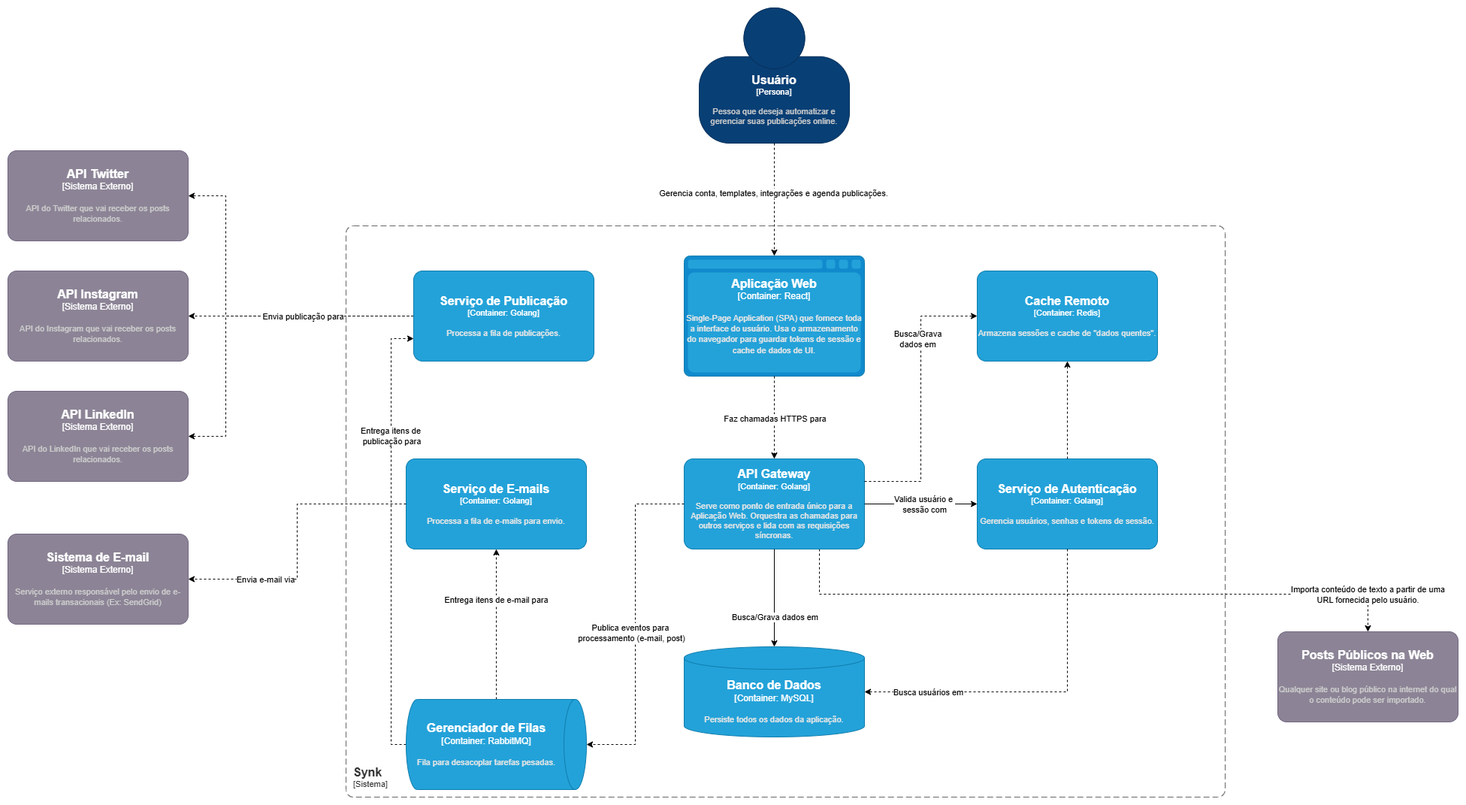
The draw.io diagram assets/c2.png in Synk-App/.github, before a commit. Source tidied: cells renumbered, new cells last; positions are measured from the earlier drawing's top-left corner, leaving out a move shared by most shapes.
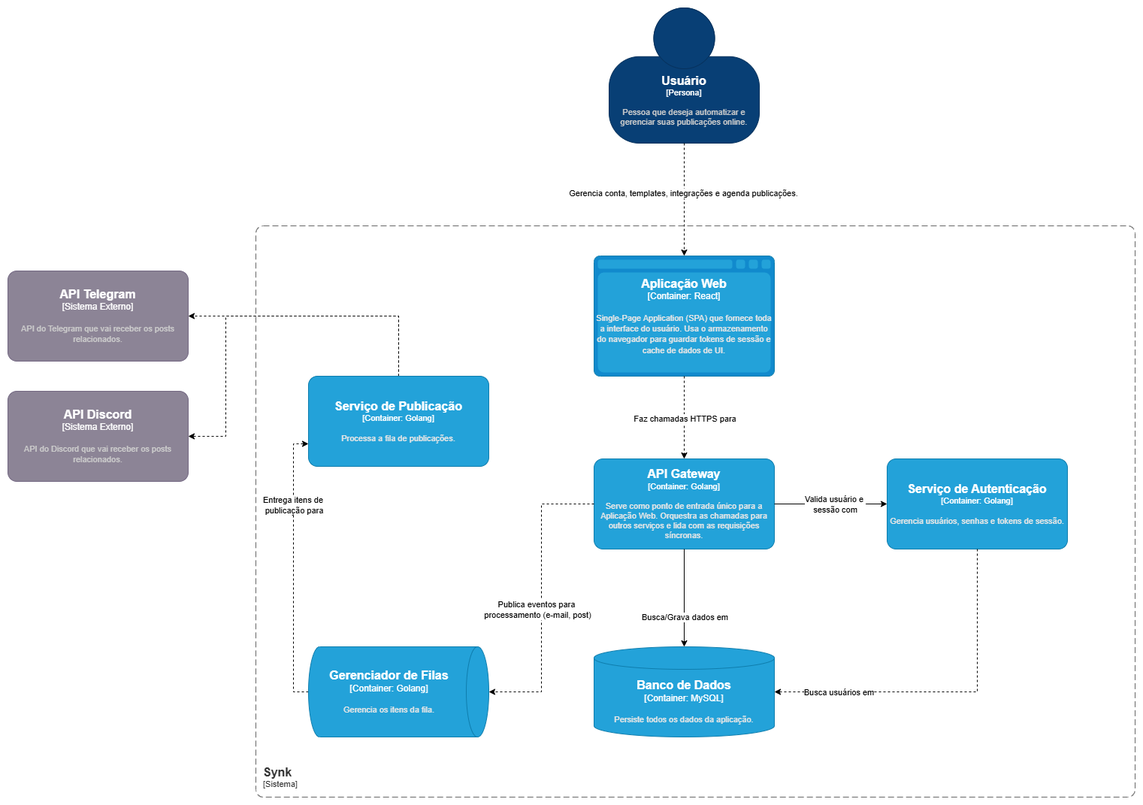
The same diagram one commit later.

What changed in the source:
```diff
@@ -2,50 +2,27 @@
   <root>
     <mxCell id="0" />
     <mxCell id="1" parent="0" />
-    <mxCell id="2" style="edgeStyle=orthogonalEdgeStyle;rounded=0;jettySize=auto;html=1;entryX=1;entryY=0.5;entryDx=0;entryDy=0;entryPerimeter=0;dashed=1;" parent="1" edge="1" source="20" target="43">
+    <mxCell id="2" style="edgeStyle=orthogonalEdgeStyle;rounded=0;jettySize=auto;html=1;entryX=1;entryY=0.5;entryDx=0;entryDy=0;entryPerimeter=0;dashed=1;exitX=0.5;exitY=0;exitDx=0;exitDy=0;exitPerimeter=0;" parent="1" edge="1" source="20" target="43">
       <mxGeometry relative="1" as="geometry">
         <Array as="points">
-          <mxPoint x="270" y="410" />
-          <mxPoint x="270" y="410" />
+          <mxPoint x="640" y="410" />
         </Array>
       </mxGeometry>
     </mxCell>
-    <mxCell id="3" style="edgeStyle=orthogonalEdgeStyle;rounded=0;jettySize=auto;html=1;entryX=1;entryY=0.5;entryDx=0;entryDy=0;entryPerimeter=0;dashed=1;" parent="1" edge="1" source="20" target="44">
+    <mxCell id="3" style="edgeStyle=orthogonalEdgeStyle;rounded=0;jettySize=auto;html=1;entryX=1;entryY=0.5;entryDx=0;entryDy=0;entryPerimeter=0;dashed=1;exitX=0.5;exitY=0;exitDx=0;exitDy=0;exitPerimeter=0;" parent="1" edge="1" source="20" target="44">
       <mxGeometry relative="1" as="geometry">
         <Array as="points">
-          <mxPoint x="290" y="410" />
-          <mxPoint x="290" y="570" />
+          <mxPoint x="640" y="410" />
+          <mxPoint x="410" y="410" />
+          <mxPoint x="410" y="570" />
         </Array>
       </mxGeometry>
     </mxCell>
-    <mxCell id="4" style="edgeStyle=orthogonalEdgeStyle;rounded=0;jettySize=auto;html=1;entryX=1;entryY=0.5;entryDx=0;entryDy=0;entryPerimeter=0;dashed=1;exitX=0;exitY=0.5;exitDx=0;exitDy=0;exitPerimeter=0;" parent="1" edge="1" source="20" target="42">
-      <mxGeometry relative="1" as="geometry">
-        <Array as="points">
-          <mxPoint x="290" y="410" />
-          <mxPoint x="290" y="250" />
-        </Array>
-      </mxGeometry>
-    </mxCell>
-    <mxCell id="5" value="Envia publicação para" style="edgeLabel;html=1;align=center;verticalAlign=middle;" parent="4" vertex="1">
-      <mxGeometry x="-0.13" y="2" relative="1" as="geometry">
-        <mxPoint x="51" y="-2" as="offset" />
-      </mxGeometry>
-    </mxCell>
     <object id="6" label="&lt;font style=&quot;font-size: 16px&quot;&gt;&lt;b&gt;%c4Name%&lt;/b&gt;&lt;/font&gt;&lt;div&gt;[%c4Type%]&lt;/div&gt;&lt;br&gt;&lt;div&gt;&lt;font style=&quot;font-size: 11px&quot;&gt;&lt;font color=&quot;#cccccc&quot;&gt;%c4Description%&lt;/font&gt;&lt;/div&gt;" c4Description="Pessoa que deseja automatizar e gerenciar suas publicações online." c4Name="Usuário" c4Type="Persona" placeholders="1">
       <mxCell style="html=1;fontSize=11;dashed=0;whiteSpace=wrap;fillColor=#083F75;strokeColor=#06315C;fontColor=#ffffff;shape=mxgraph.c4.person2;align=center;points=[[0.5,0,0],[1,0.5,0],[1,0.75,0],[0.75,1,0],[0.5,1,0],[0.25,1,0],[0,0.75,0],[0,0.5,0]];" parent="1" vertex="1">
         <mxGeometry x="920" width="200" height="180" as="geometry" />
       </mxCell>
     </object>
-    <object id="7" label="&lt;font style=&quot;font-size: 16px&quot;&gt;&lt;b&gt;%c4Name%&lt;/b&gt;&lt;/font&gt;&lt;div&gt;[%c4Type%]&lt;/div&gt;&lt;br&gt;&lt;div&gt;&lt;font style=&quot;font-size: 11px&quot;&gt;&lt;font color=&quot;#cccccc&quot;&gt;%c4Description%&lt;/font&gt;&lt;/div&gt;" c4Description="Serviço externo responsável pelo envio de e-mails transacionais (Ex: SendGrid)" c4Name="Sistema de E-mail" c4Type="Sistema Externo" placeholders="1">
-      <mxCell style="rounded=1;whiteSpace=wrap;html=1;labelBackgroundColor=none;fillColor=#8C8496;fontColor=#ffffff;align=center;arcSize=10;strokeColor=#736782;points=[[0.25,0,0],[0.5,0,0],[0.75,0,0],[1,0.25,0],[1,0.5,0],[1,0.75,0],[0.75,1,0],[0.5,1,0],[0.25,1,0],[0,0.75,0],[0,0.5,0],[0,0.25,0]];" parent="1" vertex="1">
-        <mxGeometry y="700" width="240" height="120" as="geometry" />
-      </mxCell>
-    </object>
-    <object id="8" label="&lt;font style=&quot;font-size: 16px&quot;&gt;&lt;b&gt;%c4Name%&lt;/b&gt;&lt;/font&gt;&lt;div&gt;[%c4Type%]&lt;/div&gt;&lt;br&gt;&lt;div&gt;&lt;font style=&quot;font-size: 11px&quot;&gt;&lt;font color=&quot;#cccccc&quot;&gt;%c4Description%&lt;/font&gt;&lt;/div&gt;" c4Description="Qualquer site ou blog público na internet do qual o conteúdo pode ser importado." c4Name="Posts Públicos na Web" c4Type="Sistema Externo" placeholders="1">
-      <mxCell style="rounded=1;whiteSpace=wrap;html=1;labelBackgroundColor=none;fillColor=#8C8496;fontColor=#ffffff;align=center;arcSize=10;strokeColor=#736782;points=[[0.25,0,0],[0.5,0,0],[0.75,0,0],[1,0.25,0],[1,0.5,0],[1,0.75,0],[0.75,1,0],[0.5,1,0],[0.25,1,0],[0,0.75,0],[0,0.5,0],[0,0.25,0]];" parent="1" vertex="1">
-        <mxGeometry x="1690" y="830" width="240" height="120" as="geometry" />
-      </mxCell>
-    </object>
     <mxCell id="9" style="edgeStyle=orthogonalEdgeStyle;rounded=0;jettySize=auto;html=1;entryX=0.5;entryY=0;entryDx=0;entryDy=0;entryPerimeter=0;dashed=1;" parent="1" edge="1" source="6" target="14">
       <mxGeometry relative="1" as="geometry" />
     </mxCell>
@@ -54,18 +31,6 @@
         <mxPoint y="1" as="offset" />
       </mxGeometry>
     </mxCell>
-    <mxCell id="11" style="edgeStyle=orthogonalEdgeStyle;rounded=0;jettySize=auto;html=1;entryX=0.5;entryY=0;entryDx=0;entryDy=0;entryPerimeter=0;dashed=1;exitX=0.75;exitY=1;exitDx=0;exitDy=0;exitPerimeter=0;" parent="1" edge="1" source="15" target="8">
-      <mxGeometry relative="1" as="geometry">
-        <Array as="points">
-          <mxPoint x="1080" y="780" />
-        </Array>
-      </mxGeometry>
-    </mxCell>
-    <mxCell id="12" value="Importa conteúdo de texto a partir de uma&lt;div&gt;URL fornecida pelo usuário.&lt;/div&gt;" style="edgeLabel;html=1;align=center;verticalAlign=middle;" parent="11" vertex="1">
-      <mxGeometry x="0.28" y="6" relative="1" as="geometry">
-        <mxPoint x="252" y="6" as="offset" />
-      </mxGeometry>
-    </mxCell>
     <object id="13" label="&lt;font style=&quot;font-size: 16px&quot;&gt;&lt;b&gt;&lt;div style=&quot;text-align: left&quot;&gt;%c4Name%&lt;/div&gt;&lt;/b&gt;&lt;/font&gt;&lt;div style=&quot;text-align: left&quot;&gt;[%c4Application%]&lt;/div&gt;" c4Application="Sistema" c4Name="Synk" c4Type="SystemScopeBoundary" placeholders="1">
       <mxCell style="rounded=1;fontSize=11;whiteSpace=wrap;html=1;dashed=1;arcSize=20;fillColor=none;strokeColor=#666666;fontColor=#333333;labelBackgroundColor=none;align=left;verticalAlign=bottom;labelBorderColor=none;spacingTop=0;spacing=10;dashPattern=8 4;perimeter=rectanglePerimeter;noLabel=0;labelPadding=0;absoluteArcSize=1;" parent="1" vertex="1">
         <mxGeometry x="450" y="290" width="1170" height="760" as="geometry" />
@@ -94,21 +59,11 @@
         <mxGeometry x="1290" y="600" width="240" height="120" as="geometry" />
       </mxCell>
     </object>
-    <object id="19" label="&lt;font style=&quot;font-size: 16px&quot;&gt;&lt;b&gt;%c4Name%&lt;/b&gt;&lt;/font&gt;&lt;div&gt;[%c4Type%: %c4Technology%]&lt;/div&gt;&lt;br&gt;&lt;div&gt;&lt;font style=&quot;font-size: 11px&quot;&gt;&lt;font color=&quot;#E6E6E6&quot;&gt;%c4Description%&lt;/font&gt;&lt;/div&gt;" c4Description="Armazena sessões e cache de &quot;dados quentes&quot;." c4Name="Cache Remoto" c4Technology="Redis" c4Type="Container" placeholders="1">
-      <mxCell style="rounded=1;whiteSpace=wrap;html=1;fontSize=11;labelBackgroundColor=none;fillColor=#23A2D9;fontColor=#ffffff;align=center;arcSize=10;strokeColor=#0E7DAD;points=[[0.25,0,0],[0.5,0,0],[0.75,0,0],[1,0.25,0],[1,0.5,0],[1,0.75,0],[0.75,1,0],[0.5,1,0],[0.25,1,0],[0,0.75,0],[0,0.5,0],[0,0.25,0]];" parent="1" vertex="1">
-        <mxGeometry x="1290" y="350" width="240" height="120" as="geometry" />
-      </mxCell>
-    </object>
     <object id="20" label="&lt;font style=&quot;font-size: 16px&quot;&gt;&lt;b&gt;%c4Name%&lt;/b&gt;&lt;/font&gt;&lt;div&gt;[%c4Type%: %c4Technology%]&lt;/div&gt;&lt;br&gt;&lt;div&gt;&lt;font style=&quot;font-size: 11px&quot;&gt;&lt;font color=&quot;#E6E6E6&quot;&gt;%c4Description%&lt;/font&gt;&lt;/div&gt;" c4Description="Processa a fila de publicações." c4Name="Serviço de Publicação" c4Technology="Golang" c4Type="Container" placeholders="1">
       <mxCell style="rounded=1;whiteSpace=wrap;html=1;fontSize=11;labelBackgroundColor=none;fillColor=#23A2D9;fontColor=#ffffff;align=center;arcSize=10;strokeColor=#0E7DAD;points=[[0.25,0,0],[0.5,0,0],[0.75,0,0],[1,0.25,0],[1,0.5,0],[1,0.75,0],[0.75,1,0],[0.5,1,0],[0.25,1,0],[0,0.75,0],[0,0.5,0],[0,0.25,0]];" parent="1" vertex="1">
-        <mxGeometry x="540" y="350" width="240" height="120" as="geometry" />
+        <mxGeometry x="520" y="490" width="240" height="120" as="geometry" />
       </mxCell>
     </object>
-    <object id="21" label="&lt;font style=&quot;font-size: 16px&quot;&gt;&lt;b&gt;%c4Name%&lt;/b&gt;&lt;/font&gt;&lt;div&gt;[%c4Type%: %c4Technology%]&lt;/div&gt;&lt;br&gt;&lt;div&gt;&lt;font style=&quot;font-size: 11px&quot;&gt;&lt;font color=&quot;#E6E6E6&quot;&gt;%c4Description%&lt;/font&gt;&lt;/div&gt;" c4Description="Processa a fila de e-mails para envio." c4Name="Serviço de E-mails" c4Technology="Golang" c4Type="Container" placeholders="1">
-      <mxCell style="rounded=1;whiteSpace=wrap;html=1;fontSize=11;labelBackgroundColor=none;fillColor=#23A2D9;fontColor=#ffffff;align=center;arcSize=10;strokeColor=#0E7DAD;points=[[0.25,0,0],[0.5,0,0],[0.75,0,0],[1,0.25,0],[1,0.5,0],[1,0.75,0],[0.75,1,0],[0.5,1,0],[0.25,1,0],[0,0.75,0],[0,0.5,0],[0,0.25,0]];" parent="1" vertex="1">
-        <mxGeometry x="530" y="600" width="240" height="120" as="geometry" />
-      </mxCell>
-    </object>
     <mxCell id="22" style="edgeStyle=orthogonalEdgeStyle;rounded=0;jettySize=auto;html=1;entryX=0;entryY=0.5;entryDx=0;entryDy=0;entryPerimeter=0;" parent="1" edge="1" source="15" target="18">
       <mxGeometry relative="1" as="geometry" />
     </mxCell>
@@ -138,12 +93,6 @@
         <mxPoint y="35" as="offset" />
       </mxGeometry>
     </mxCell>
-    <mxCell id="29" style="edgeStyle=orthogonalEdgeStyle;rounded=0;jettySize=auto;html=1;entryX=0.5;entryY=1;entryDx=0;entryDy=0;entryPerimeter=0;exitX=0;exitY=0.5;exitDx=0;exitDy=0;exitPerimeter=0;dashed=1;" parent="1" edge="1" source="41" target="21">
-      <mxGeometry relative="1" as="geometry" />
-    </mxCell>
-    <mxCell id="30" value="Entrega itens de e-mail para" style="edgeLabel;html=1;align=center;verticalAlign=middle;" parent="29" vertex="1">
-      <mxGeometry x="0.33" y="1" relative="1" as="geometry" />
-    </mxCell>
     <mxCell id="31" style="edgeStyle=orthogonalEdgeStyle;rounded=0;jettySize=auto;html=1;exitX=0.5;exitY=1;exitDx=0;exitDy=0;exitPerimeter=0;entryX=0;entryY=0.75;entryDx=0;entryDy=0;entryPerimeter=0;dashed=1;" parent="1" edge="1" source="41" target="20">
       <mxGeometry relative="1" as="geometry" />
     </mxCell>
@@ -152,14 +101,6 @@
         <mxPoint x="4" y="2" as="offset" />
       </mxGeometry>
     </mxCell>
-    <mxCell id="33" style="edgeStyle=orthogonalEdgeStyle;rounded=0;jettySize=auto;html=1;entryX=1;entryY=0.5;entryDx=0;entryDy=0;entryPerimeter=0;dashed=1;" parent="1" edge="1" source="21" target="7">
-      <mxGeometry relative="1" as="geometry" />
-    </mxCell>
-    <mxCell id="34" value="Envia e-mail via" style="edgeLabel;html=1;align=center;verticalAlign=middle;" parent="33" vertex="1">
-      <mxGeometry x="0.4" y="3" relative="1" as="geometry">
-        <mxPoint x="-13" y="-3" as="offset" />
-      </mxGeometry>
-    </mxCell>
     <mxCell id="35" style="edgeStyle=orthogonalEdgeStyle;rounded=0;jettySize=auto;html=1;entryX=1;entryY=0.5;entryDx=0;entryDy=0;entryPerimeter=0;exitX=0.5;exitY=1;exitDx=0;exitDy=0;exitPerimeter=0;dashed=1;" parent="1" edge="1" source="18" target="24">
       <mxGeometry relative="1" as="geometry" />
     </mxCell>
@@ -168,40 +109,19 @@
         <mxPoint x="-63" y="3" as="offset" />
       </mxGeometry>
     </mxCell>
-    <mxCell id="37" style="edgeStyle=orthogonalEdgeStyle;rounded=0;jettySize=auto;html=1;entryX=0.5;entryY=1;entryDx=0;entryDy=0;entryPerimeter=0;dashed=1;" parent="1" edge="1" source="18" target="19">
-      <mxGeometry relative="1" as="geometry" />
-    </mxCell>
-    <mxCell id="38" value="&amp;nbsp;" style="edgeLabel;html=1;align=center;verticalAlign=middle;" parent="37" vertex="1">
-      <mxGeometry x="0.14" y="-4" relative="1" as="geometry">
-        <mxPoint x="-14" as="offset" />
-      </mxGeometry>
-    </mxCell>
-    <mxCell id="39" style="edgeStyle=orthogonalEdgeStyle;rounded=0;jettySize=auto;html=1;exitX=1;exitY=0.25;exitDx=0;exitDy=0;exitPerimeter=0;entryX=0;entryY=0.5;entryDx=0;entryDy=0;entryPerimeter=0;dashed=1;" parent="1" edge="1" source="15" target="19">
-      <mxGeometry relative="1" as="geometry" />
-    </mxCell>
-    <mxCell id="40" value="Busca/Grava&lt;div&gt;dados em&lt;/div&gt;" style="edgeLabel;html=1;align=center;verticalAlign=middle;" parent="39" vertex="1">
-      <mxGeometry x="-0.31" y="1" relative="1" as="geometry">
-        <mxPoint x="-4" y="-136" as="offset" />
-      </mxGeometry>
-    </mxCell>
-    <object id="41" label="&lt;font style=&quot;font-size: 16px&quot;&gt;&lt;b&gt;%c4Name%&lt;/b&gt;&lt;/font&gt;&lt;div&gt;[%c4Type%:&amp;nbsp;%c4Technology%]&lt;/div&gt;&lt;br&gt;&lt;div&gt;&lt;font style=&quot;font-size: 11px&quot;&gt;&lt;font color=&quot;#E6E6E6&quot;&gt;%c4Description%&lt;/font&gt;&lt;/div&gt;" c4Description="Fila para desacoplar tarefas pesadas." c4Name="Gerenciador de Filas" c4Technology="RabbitMQ" c4Type="Container" placeholders="1">
+    <object id="41" label="&lt;font style=&quot;font-size: 16px&quot;&gt;&lt;b&gt;%c4Name%&lt;/b&gt;&lt;/font&gt;&lt;div&gt;[%c4Type%:&amp;nbsp;%c4Technology%]&lt;/div&gt;&lt;br&gt;&lt;div&gt;&lt;font style=&quot;font-size: 11px&quot;&gt;&lt;font color=&quot;#E6E6E6&quot;&gt;%c4Description%&lt;/font&gt;&lt;/div&gt;" c4Description="Gerencia os itens da fila." c4Name="Gerenciador de Filas" c4Technology="Golang" c4Type="Container" placeholders="1">
       <mxCell style="shape=cylinder3;size=15;direction=south;whiteSpace=wrap;html=1;boundedLbl=1;rounded=0;labelBackgroundColor=none;fillColor=#23A2D9;fontSize=12;fontColor=#ffffff;align=center;strokeColor=#0E7DAD;points=[[0.5,0,0],[1,0.25,0],[1,0.5,0],[1,0.75,0],[0.5,1,0],[0,0.75,0],[0,0.5,0],[0,0.25,0]];" parent="1" vertex="1">
-        <mxGeometry x="530" y="920" width="240" height="120" as="geometry" />
+        <mxGeometry x="520" y="850" width="240" height="120" as="geometry" />
       </mxCell>
     </object>
-    <object id="42" label="&lt;font style=&quot;font-size: 16px&quot;&gt;&lt;b&gt;%c4Name%&lt;/b&gt;&lt;/font&gt;&lt;div&gt;[%c4Type%]&lt;/div&gt;&lt;br&gt;&lt;div&gt;&lt;font style=&quot;font-size: 11px&quot;&gt;&lt;font color=&quot;#cccccc&quot;&gt;%c4Description%&lt;/font&gt;&lt;/div&gt;" c4Description="API do Twitter que vai receber os posts relacionados." c4Name="API Twitter" c4Type="Sistema Externo" placeholders="1">
-      <mxCell style="rounded=1;whiteSpace=wrap;html=1;labelBackgroundColor=none;fillColor=#8C8496;fontColor=#ffffff;align=center;arcSize=10;strokeColor=#736782;points=[[0.25,0,0],[0.5,0,0],[0.75,0,0],[1,0.25,0],[1,0.5,0],[1,0.75,0],[0.75,1,0],[0.5,1,0],[0.25,1,0],[0,0.75,0],[0,0.5,0],[0,0.25,0]];" parent="1" vertex="1">
-        <mxGeometry y="190" width="240" height="120" as="geometry" />
-      </mxCell>
-    </object>
-    <object id="43" label="&lt;font style=&quot;font-size: 16px&quot;&gt;&lt;b&gt;%c4Name%&lt;/b&gt;&lt;/font&gt;&lt;div&gt;[%c4Type%]&lt;/div&gt;&lt;br&gt;&lt;div&gt;&lt;font style=&quot;font-size: 11px&quot;&gt;&lt;font color=&quot;#cccccc&quot;&gt;%c4Description%&lt;/font&gt;&lt;/div&gt;" c4Description="API do Instagram que vai receber os posts relacionados." c4Name="API Instagram" c4Type="Sistema Externo" placeholders="1">
+    <object id="43" label="&lt;font style=&quot;font-size: 16px&quot;&gt;&lt;b&gt;%c4Name%&lt;/b&gt;&lt;/font&gt;&lt;div&gt;[%c4Type%]&lt;/div&gt;&lt;br&gt;&lt;div&gt;&lt;font style=&quot;font-size: 11px&quot;&gt;&lt;font color=&quot;#cccccc&quot;&gt;%c4Description%&lt;/font&gt;&lt;/div&gt;" c4Description="API do Telegram que vai receber os posts relacionados." c4Name="API Telegram" c4Type="Sistema Externo" placeholders="1">
       <mxCell style="rounded=1;whiteSpace=wrap;html=1;labelBackgroundColor=none;fillColor=#8C8496;fontColor=#ffffff;align=center;arcSize=10;strokeColor=#736782;points=[[0.25,0,0],[0.5,0,0],[0.75,0,0],[1,0.25,0],[1,0.5,0],[1,0.75,0],[0.75,1,0],[0.5,1,0],[0.25,1,0],[0,0.75,0],[0,0.5,0],[0,0.25,0]];" parent="1" vertex="1">
-        <mxGeometry y="350" width="240" height="120" as="geometry" />
+        <mxGeometry x="120" y="350" width="240" height="120" as="geometry" />
       </mxCell>
     </object>
-    <object id="44" label="&lt;font style=&quot;font-size: 16px&quot;&gt;&lt;b&gt;%c4Name%&lt;/b&gt;&lt;/font&gt;&lt;div&gt;[%c4Type%]&lt;/div&gt;&lt;br&gt;&lt;div&gt;&lt;font style=&quot;font-size: 11px&quot;&gt;&lt;font color=&quot;#cccccc&quot;&gt;%c4Description%&lt;/font&gt;&lt;/div&gt;" c4Description="API do LinkedIn que vai receber os posts relacionados." c4Name="API LinkedIn" c4Type="Sistema Externo" placeholders="1">
+    <object id="44" label="&lt;font style=&quot;font-size: 16px&quot;&gt;&lt;b&gt;%c4Name%&lt;/b&gt;&lt;/font&gt;&lt;div&gt;[%c4Type%]&lt;/div&gt;&lt;br&gt;&lt;div&gt;&lt;font style=&quot;font-size: 11px&quot;&gt;&lt;font color=&quot;#cccccc&quot;&gt;%c4Description%&lt;/font&gt;&lt;/div&gt;" c4Description="API do Discord que vai receber os posts relacionados." c4Name="API Discord" c4Type="Sistema Externo" placeholders="1">
       <mxCell style="rounded=1;whiteSpace=wrap;html=1;labelBackgroundColor=none;fillColor=#8C8496;fontColor=#ffffff;align=center;arcSize=10;strokeColor=#736782;points=[[0.25,0,0],[0.5,0,0],[0.75,0,0],[1,0.25,0],[1,0.5,0],[1,0.75,0],[0.75,1,0],[0.5,1,0],[0.25,1,0],[0,0.75,0],[0,0.5,0],[0,0.25,0]];" parent="1" vertex="1">
-        <mxGeometry y="510" width="240" height="120" as="geometry" />
+        <mxGeometry x="120" y="510" width="240" height="120" as="geometry" />
       </mxCell>
     </object>
   </root>
```
